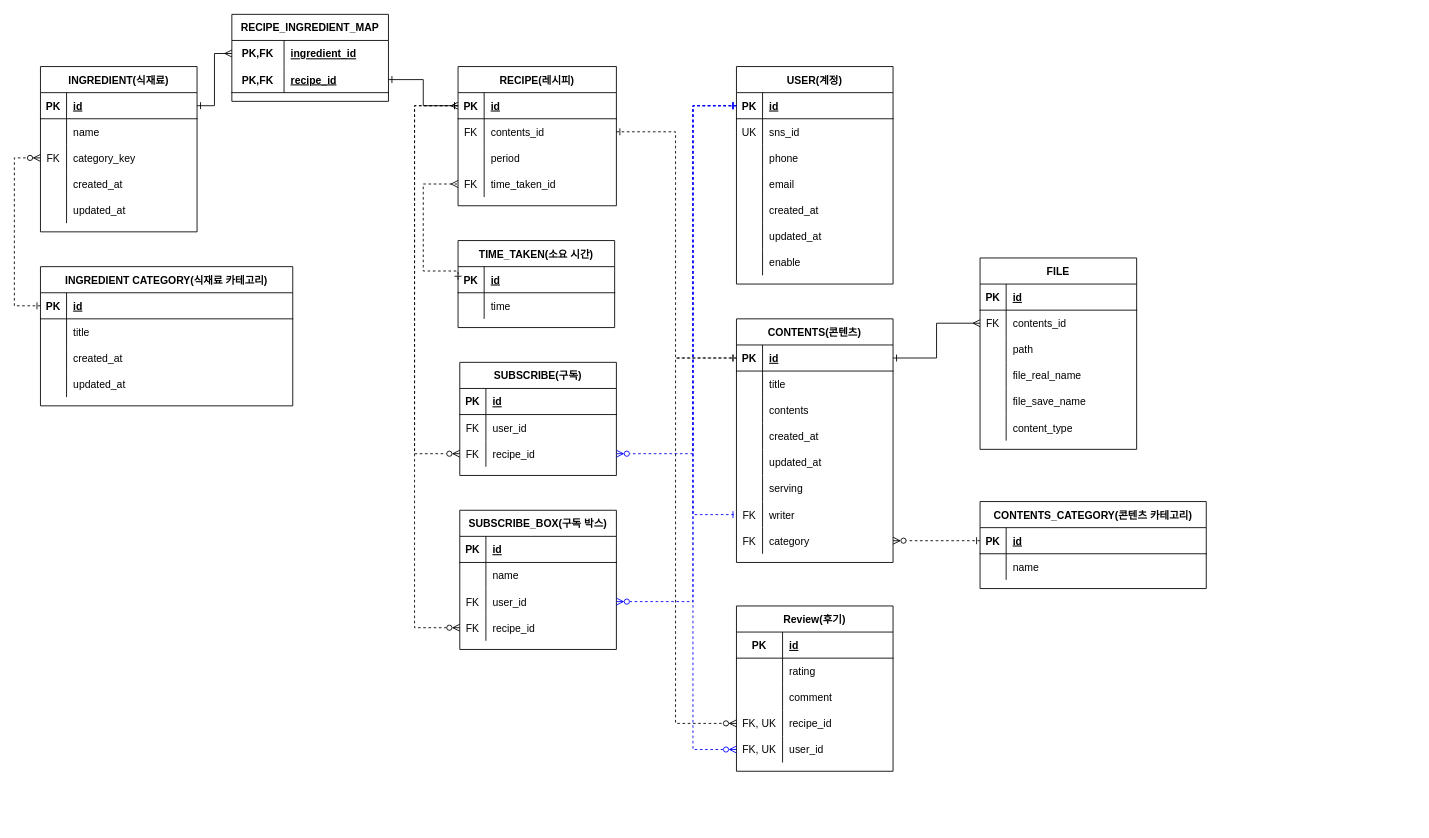
Earlier version of the draw.io diagram eyou_erd.drawio (sunny84/momjobgo). Source tidied: cells renumbered, new cells numbered last; positions are measured from the earlier drawing's top-left corner, leaving out a move shared by most shapes. Both pictures are drawn from the tidied source at 87%, with x=0, y=0 at pixel (14, 14).
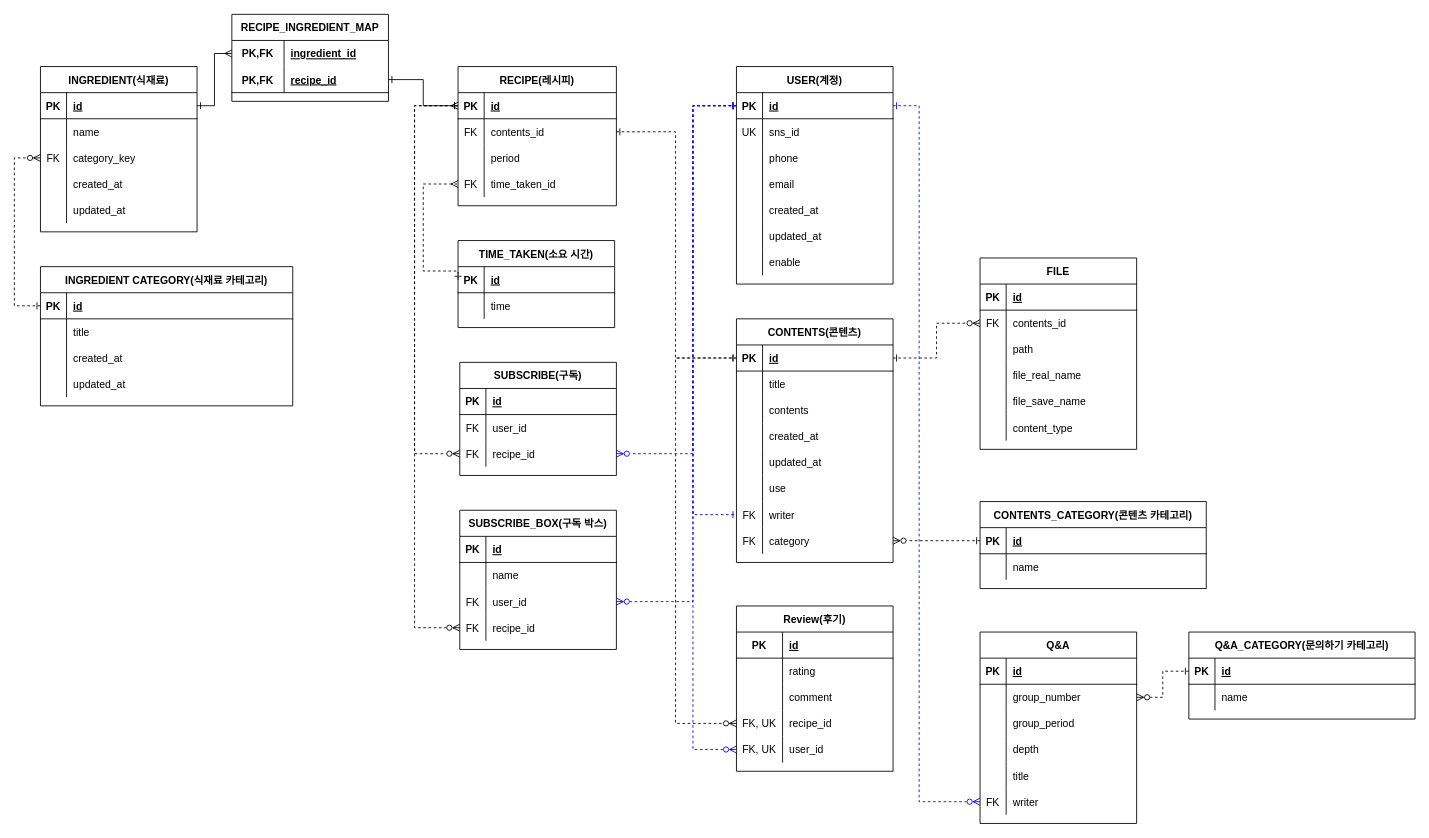
Above is the later version.

The change refers to these unchanged cells:
```xml
<mxCell id="88" style="shape=tableRow;horizontal=0;startSize=0;swimlaneHead=0;swimlaneBody=0;fillColor=none;points=[[0,0.5],[1,0.5]];portConstraint=eastwest;top=0;left=0;right=0;bottom=1;" parent="87" vertex="1">
  <mxGeometry y="30" width="180" height="30" as="geometry" />
</mxCell>
<mxCell id="110" style="shape=tableRow;horizontal=0;startSize=0;swimlaneHead=0;swimlaneBody=0;fillColor=none;points=[[0,0.5],[1,0.5]];portConstraint=eastwest;top=0;left=0;right=0;bottom=1;" parent="109" vertex="1">
  <mxGeometry y="30" width="180" height="30" as="geometry" />
</mxCell>
<mxCell id="125" style="shape=tableRow;horizontal=0;startSize=0;swimlaneHead=0;swimlaneBody=0;fillColor=none;top=0;left=0;right=0;bottom=0;" parent="109" vertex="1">
  <mxGeometry y="180" width="180" height="30" as="geometry" />
</mxCell>
<mxCell id="169" style="shape=tableRow;horizontal=0;startSize=0;swimlaneHead=0;swimlaneBody=0;fillColor=none;points=[[0,0.5],[1,0.5]];portConstraint=eastwest;top=0;left=0;right=0;bottom=0;" parent="165" vertex="1">
  <mxGeometry y="60" width="180" height="30" as="geometry" />
</mxCell>
```

What changed in the source:
```diff
@@
-    <mxCell id="127" value="serving" style="shape=partialRectangle;fillColor=none;top=0;left=0;bottom=0;right=0;align=left;spacingLeft=6;overflow=hidden;" parent="125" vertex="1">
+    <mxCell id="127" value="use" style="shape=partialRectangle;fillColor=none;top=0;left=0;bottom=0;right=0;align=left;spacingLeft=6;overflow=hidden;" parent="125" vertex="1">
       <mxGeometry x="30" width="150" height="30" as="geometry" />
     </mxCell>
@@
-    <mxCell id="184" style="fontSize=12;html=1;endArrow=ERmany;endFill=0;rounded=0;startArrow=ERone;startFill=0;exitX=1;exitY=0.5;exitDx=0;exitDy=0;entryX=0;entryY=0.5;entryDx=0;entryDy=0;fillColor=#e1d5e7;strokeColor=#000000;edgeStyle=orthogonalEdgeStyle;" parent="1" edge="1" source="110" target="169">
+    <mxCell id="184" style="fontSize=12;html=1;endArrow=ERzeroToMany;endFill=0;rounded=0;startArrow=ERone;startFill=0;exitX=1;exitY=0.5;exitDx=0;exitDy=0;entryX=0;entryY=0.5;entryDx=0;entryDy=0;fillColor=#e1d5e7;strokeColor=#000000;edgeStyle=orthogonalEdgeStyle;dashed=1;" parent="1" edge="1" source="110" target="169">
       <mxGeometry relative="1" as="geometry" />
     </mxCell>
+    <mxCell id="185" value="Q&amp;A" style="shape=table;startSize=30;childLayout=tableLayout;rowLines=0;fontStyle=1;align=center;" parent="1" vertex="1">
+      <mxGeometry x="1110" y="710" width="180" height="220" as="geometry" />
+    </mxCell>
+    <mxCell id="186" style="shape=tableRow;horizontal=0;startSize=0;swimlaneHead=0;swimlaneBody=0;fillColor=none;top=0;left=0;right=0;bottom=1;" parent="185" vertex="1">
+      <mxGeometry y="30" width="180" height="30" as="geometry" />
+    </mxCell>
+    <mxCell id="187" value="PK" style="shape=partialRectangle;fillColor=none;top=0;left=0;bottom=0;right=0;fontStyle=1;overflow=hidden;" parent="186" vertex="1">
+      <mxGeometry width="30" height="30" as="geometry" />
+    </mxCell>
+    <mxCell id="188" value="id" style="shape=partialRectangle;fillColor=none;top=0;left=0;bottom=0;right=0;align=left;spacingLeft=6;fontStyle=5;overflow=hidden;" parent="186" vertex="1">
+      <mxGeometry x="30" width="150" height="30" as="geometry" />
+    </mxCell>
+    <mxCell id="189" style="shape=tableRow;horizontal=0;startSize=0;swimlaneHead=0;swimlaneBody=0;fillColor=none;points=[[0,0.5],[1,0.5]];portConstraint=eastwest;top=0;left=0;right=0;bottom=0;" parent="185" vertex="1">
+      <mxGeometry y="60" width="180" height="30" as="geometry" />
+    </mxCell>
+    <mxCell id="190" style="shape=partialRectangle;fillColor=none;top=0;left=0;bottom=0;right=0;overflow=hidden;" parent="189" vertex="1">
+      <mxGeometry width="30" height="30" as="geometry" />
+    </mxCell>
+    <mxCell id="191" value="group_number" style="shape=partialRectangle;fillColor=none;top=0;left=0;bottom=0;right=0;align=left;spacingLeft=6;overflow=hidden;" parent="189" vertex="1">
+      <mxGeometry x="30" width="150" height="30" as="geometry" />
+    </mxCell>
+    <mxCell id="192" style="shape=tableRow;horizontal=0;startSize=0;swimlaneHead=0;swimlaneBody=0;fillColor=none;top=0;left=0;right=0;bottom=0;" parent="185" vertex="1">
+      <mxGeometry y="90" width="180" height="30" as="geometry" />
+    </mxCell>
+    <mxCell id="193" style="shape=partialRectangle;fillColor=none;top=0;left=0;bottom=0;right=0;overflow=hidden;" parent="192" vertex="1">
+      <mxGeometry width="30" height="30" as="geometry" />
+    </mxCell>
+    <mxCell id="194" value="group_period" style="shape=partialRectangle;fillColor=none;top=0;left=0;bottom=0;right=0;align=left;spacingLeft=6;overflow=hidden;" parent="192" vertex="1">
+      <mxGeometry x="30" width="150" height="30" as="geometry" />
+    </mxCell>
+    <mxCell id="195" style="shape=tableRow;horizontal=0;startSize=0;swimlaneHead=0;swimlaneBody=0;fillColor=none;top=0;left=0;right=0;bottom=0;" parent="185" vertex="1">
+      <mxGeometry y="120" width="180" height="30" as="geometry" />
+    </mxCell>
+    <mxCell id="196" style="shape=partialRectangle;fillColor=none;top=0;left=0;bottom=0;right=0;overflow=hidden;" parent="195" vertex="1">
+      <mxGeometry width="30" height="30" as="geometry" />
+    </mxCell>
+    <mxCell id="197" value="depth" style="shape=partialRectangle;fillColor=none;top=0;left=0;bottom=0;right=0;align=left;spacingLeft=6;overflow=hidden;" parent="195" vertex="1">
+      <mxGeometry x="30" width="150" height="30" as="geometry" />
+    </mxCell>
+    <mxCell id="198" style="shape=tableRow;horizontal=0;startSize=0;swimlaneHead=0;swimlaneBody=0;fillColor=none;top=0;left=0;right=0;bottom=0;" parent="185" vertex="1">
+      <mxGeometry y="150" width="180" height="30" as="geometry" />
+    </mxCell>
+    <mxCell id="199" style="shape=partialRectangle;fillColor=none;top=0;left=0;bottom=0;right=0;overflow=hidden;" parent="198" vertex="1">
+      <mxGeometry width="30" height="30" as="geometry" />
+    </mxCell>
+    <mxCell id="200" value="title" style="shape=partialRectangle;fillColor=none;top=0;left=0;bottom=0;right=0;align=left;spacingLeft=6;overflow=hidden;" parent="198" vertex="1">
+      <mxGeometry x="30" width="150" height="30" as="geometry" />
+    </mxCell>
+    <mxCell id="201" style="shape=tableRow;horizontal=0;startSize=0;swimlaneHead=0;swimlaneBody=0;fillColor=none;points=[[0,0.5],[1,0.5]];portConstraint=eastwest;top=0;left=0;right=0;bottom=0;" parent="185" vertex="1">
+      <mxGeometry y="180" width="180" height="30" as="geometry" />
+    </mxCell>
+    <mxCell id="202" value="FK" style="shape=partialRectangle;fillColor=none;top=0;left=0;bottom=0;right=0;overflow=hidden;" parent="201" vertex="1">
+      <mxGeometry width="30" height="30" as="geometry" />
+    </mxCell>
+    <mxCell id="203" value="writer" style="shape=partialRectangle;fillColor=none;top=0;left=0;bottom=0;right=0;align=left;spacingLeft=6;overflow=hidden;" parent="201" vertex="1">
+      <mxGeometry x="30" width="150" height="30" as="geometry" />
+    </mxCell>
+    <mxCell id="204" style="fontSize=12;html=1;endArrow=ERzeroToMany;rounded=0;entryX=0;entryY=0.5;entryDx=0;entryDy=0;startArrow=ERone;startFill=0;endFill=0;dashed=1;exitX=1;exitY=0.5;exitDx=0;exitDy=0;strokeColor=#0000FF;edgeStyle=orthogonalEdgeStyle;" parent="1" edge="1" source="88" target="201">
+      <mxGeometry relative="1" as="geometry">
+        <Array as="points">
+          <mxPoint x="1040" y="105" />
+          <mxPoint x="1040" y="905" />
+        </Array>
+      </mxGeometry>
+    </mxCell>
+    <mxCell id="205" value="Q&amp;A_CATEGORY(문의하기 카테고리)" style="shape=table;startSize=30;childLayout=tableLayout;rowLines=0;fontStyle=1;align=center;" parent="1" vertex="1">
+      <mxGeometry x="1350" y="710" width="260" height="100" as="geometry" />
+    </mxCell>
+    <mxCell id="206" style="shape=tableRow;horizontal=0;startSize=0;swimlaneHead=0;swimlaneBody=0;fillColor=none;points=[[0,0.5],[1,0.5]];portConstraint=eastwest;top=0;left=0;right=0;bottom=1;" parent="205" vertex="1">
+      <mxGeometry y="30" width="260" height="30" as="geometry" />
+    </mxCell>
+    <mxCell id="207" value="PK" style="shape=partialRectangle;fillColor=none;top=0;left=0;bottom=0;right=0;fontStyle=1;overflow=hidden;" parent="206" vertex="1">
+      <mxGeometry width="30" height="30" as="geometry" />
+    </mxCell>
+    <mxCell id="208" value="id" style="shape=partialRectangle;fillColor=none;top=0;left=0;bottom=0;right=0;align=left;spacingLeft=6;fontStyle=5;overflow=hidden;" parent="206" vertex="1">
+      <mxGeometry x="30" width="230" height="30" as="geometry" />
+    </mxCell>
+    <mxCell id="209" style="shape=tableRow;horizontal=0;startSize=0;swimlaneHead=0;swimlaneBody=0;fillColor=none;top=0;left=0;right=0;bottom=0;" parent="205" vertex="1">
+      <mxGeometry y="60" width="260" height="30" as="geometry" />
+    </mxCell>
+    <mxCell id="210" style="shape=partialRectangle;fillColor=none;top=0;left=0;bottom=0;right=0;overflow=hidden;" parent="209" vertex="1">
+      <mxGeometry width="30" height="30" as="geometry" />
+    </mxCell>
+    <mxCell id="211" value="name" style="shape=partialRectangle;fillColor=none;top=0;left=0;bottom=0;right=0;align=left;spacingLeft=6;overflow=hidden;" parent="209" vertex="1">
+      <mxGeometry x="30" width="230" height="30" as="geometry" />
+    </mxCell>
+    <mxCell id="212" style="fontSize=12;html=1;endArrow=ERzeroToMany;endFill=0;rounded=0;startArrow=ERone;startFill=0;dashed=1;entryX=1;entryY=0.5;entryDx=0;entryDy=0;fillColor=#e1d5e7;strokeColor=#000000;edgeStyle=orthogonalEdgeStyle;" parent="1" edge="1" source="206" target="189">
+      <mxGeometry relative="1" as="geometry" />
+    </mxCell>
```
